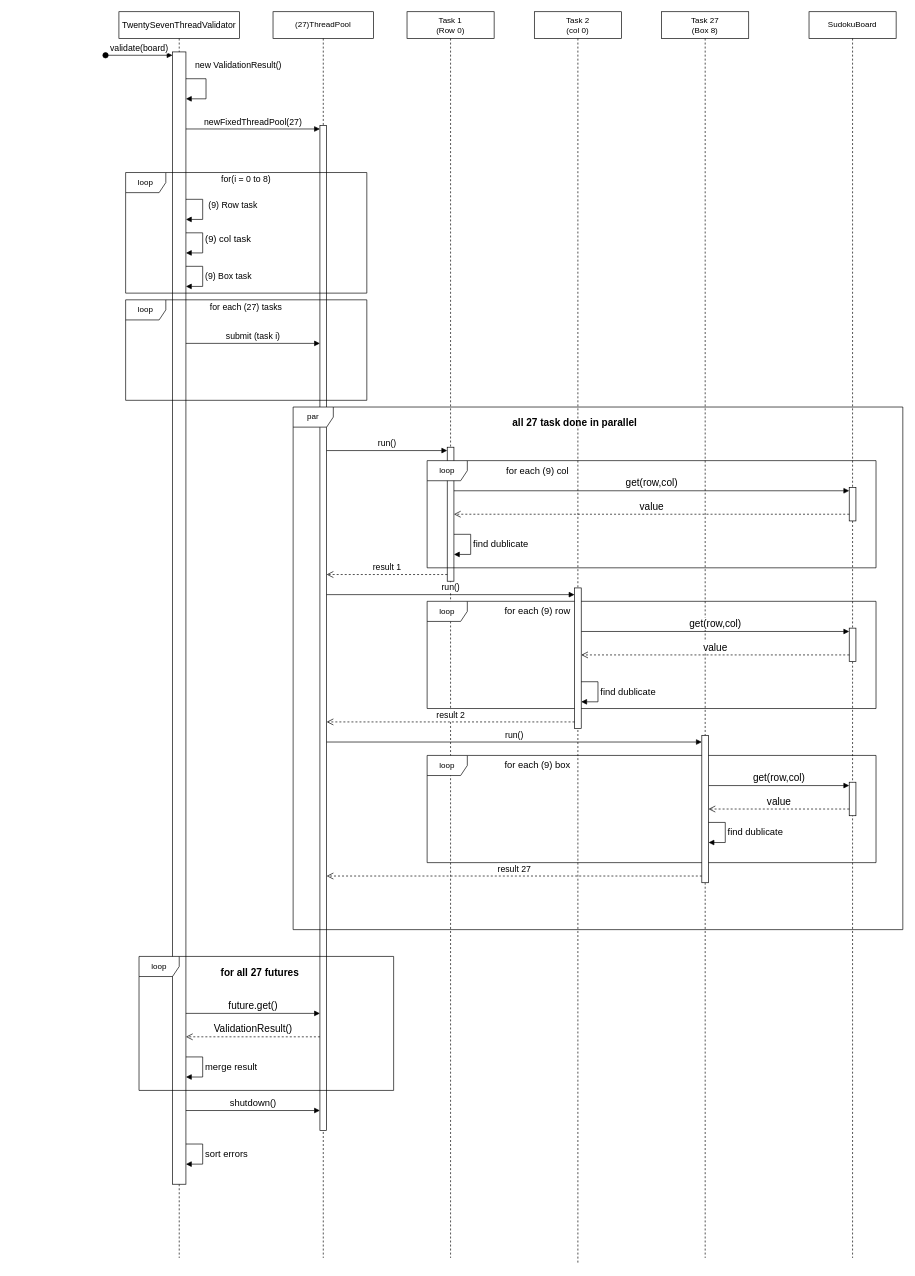
Before: diagrams/mode27 sequence diagram.drawio in Smook-e/Prog_lab9, a draw.io diagram. Source tidied: cells renumbered, new cells numbered last; positions are measured from the earlier drawing's top-left corner, leaving out a move shared by most shapes. Both pictures are drawn from the tidied source at 67%, with x=0, y=0 at pixel (105, 11).
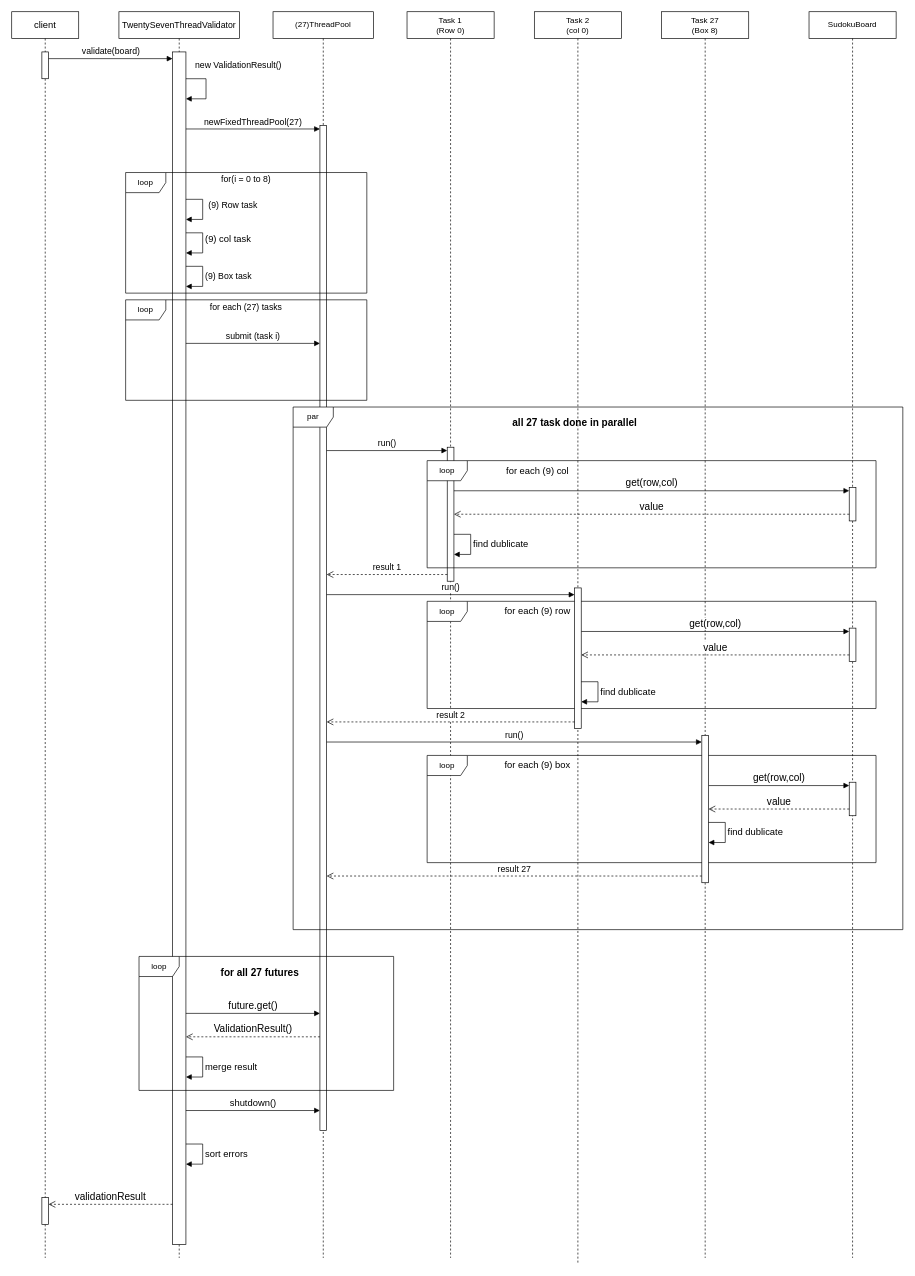
After the change.

The change refers to these unchanged cells:
```xml
<mxCell id="2" value="TwentySevenThreadValidator" style="shape=umlLifeline;perimeter=lifelinePerimeter;whiteSpace=wrap;html=1;newEdgeStyle={&quot;curved&quot;:0,&quot;rounded&quot;:0};fontSize=13;" parent="1" vertex="1">
  <mxGeometry x="20" width="180" height="1860" as="geometry" />
</mxCell>
```

Change to the diagram source:
```diff
@@
     <mxCell id="3" style="html=1;points=[[0,0,0,0,5],[0,1,0,0,-5],[1,0,0,0,5],[1,1,0,0,-5]];perimeter=orthogonalPerimeter;outlineConnect=0;targetShapes=umlLifeline;portConstraint=eastwest;newEdgeStyle={&quot;curved&quot;:0,&quot;rounded&quot;:0};" parent="2" vertex="1">
-      <mxGeometry x="80" y="60" width="20" height="1690" as="geometry" />
+      <mxGeometry x="80" y="60" width="20" height="1780" as="geometry" />
     </mxCell>
-    <mxCell id="4" value="validate(board&lt;span style=&quot;background-color: light-dark(#ffffff, var(--ge-dark-color, #121212)); color: light-dark(rgb(0, 0, 0), rgb(255, 255, 255));&quot;&gt;)&lt;/span&gt;" style="html=1;verticalAlign=bottom;startArrow=oval;endArrow=block;startSize=8;curved=0;rounded=0;entryX=0;entryY=0;entryDx=0;entryDy=5;fontSize=13;" parent="2" edge="1" target="3">
-      <mxGeometry relative="1" as="geometry">
-        <mxPoint x="-20" y="65" as="sourcePoint" />
-      </mxGeometry>
-    </mxCell>
@@
+    <mxCell id="57" value="client" style="shape=umlLifeline;perimeter=lifelinePerimeter;whiteSpace=wrap;html=1;newEdgeStyle={&quot;curved&quot;:0,&quot;rounded&quot;:0};fontSize=14;" parent="1" vertex="1">
+      <mxGeometry x="-140" width="100" height="1860" as="geometry" />
+    </mxCell>
+    <mxCell id="58" style="html=1;points=[[0,0,0,0,5],[0,1,0,0,-5],[1,0,0,0,5],[1,1,0,0,-5]];perimeter=orthogonalPerimeter;outlineConnect=0;targetShapes=umlLifeline;portConstraint=eastwest;newEdgeStyle={&quot;curved&quot;:0,&quot;rounded&quot;:0};" parent="57" vertex="1">
+      <mxGeometry x="45" y="60" width="10" height="40" as="geometry" />
+    </mxCell>
+    <mxCell id="59" style="html=1;points=[[0,0,0,0,5],[0,1,0,0,-5],[1,0,0,0,5],[1,1,0,0,-5]];perimeter=orthogonalPerimeter;outlineConnect=0;targetShapes=umlLifeline;portConstraint=eastwest;newEdgeStyle={&quot;curved&quot;:0,&quot;rounded&quot;:0};" parent="57" vertex="1">
+      <mxGeometry x="45" y="1770" width="10" height="40" as="geometry" />
+    </mxCell>
+    <mxCell id="60" value="validate(board)" style="html=1;verticalAlign=bottom;endArrow=block;curved=0;rounded=0;fontSize=13;" parent="1" edge="1" source="58">
+      <mxGeometry relative="1" as="geometry">
+        <mxPoint x="100" y="70" as="targetPoint" />
+      </mxGeometry>
+    </mxCell>
+    <mxCell id="61" value="validationResult" style="html=1;verticalAlign=bottom;endArrow=open;dashed=1;endSize=8;curved=0;rounded=0;fontSize=15;" parent="1" edge="1" target="59">
+      <mxGeometry relative="1" as="geometry">
+        <mxPoint x="100" y="1780" as="sourcePoint" />
+      </mxGeometry>
+    </mxCell>
```
